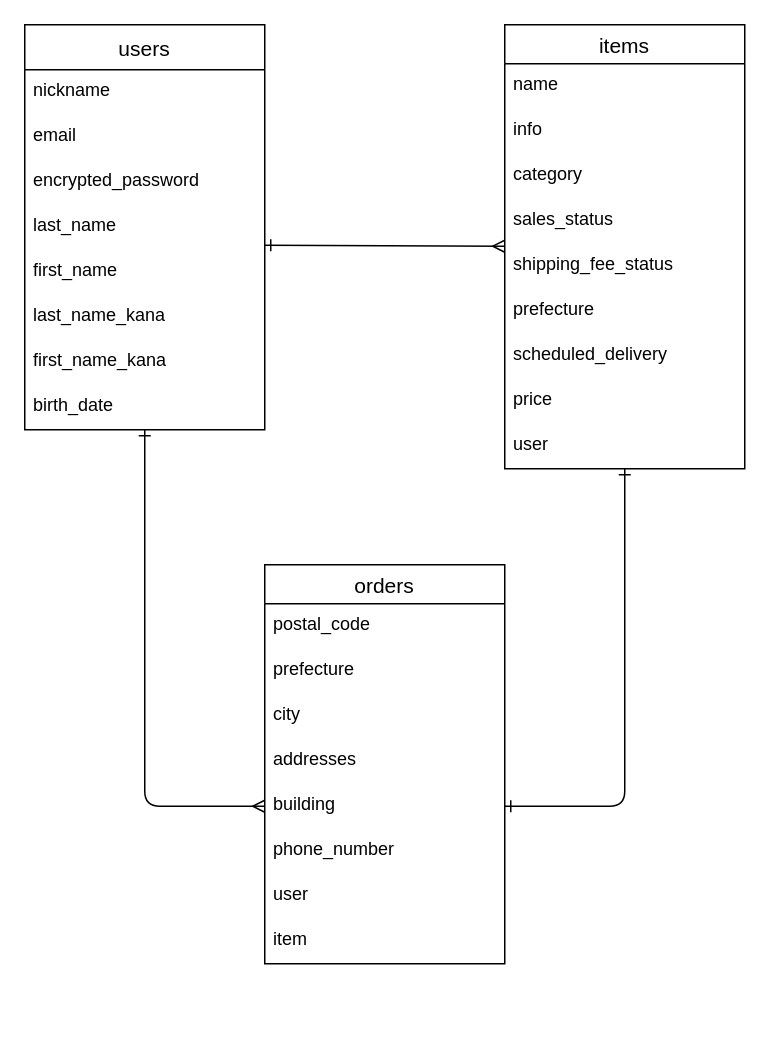
This is tables.dio from masaki-engineer/furima-37566, a draw.io file, before an edit. Source tidied: cells renumbered, new cells numbered last; positions are measured from the earlier drawing's top-left corner, leaving out a move shared by most shapes. Both pictures are drawn from the tidied source at 150%, with x=0, y=0 at pixel (24, 24).
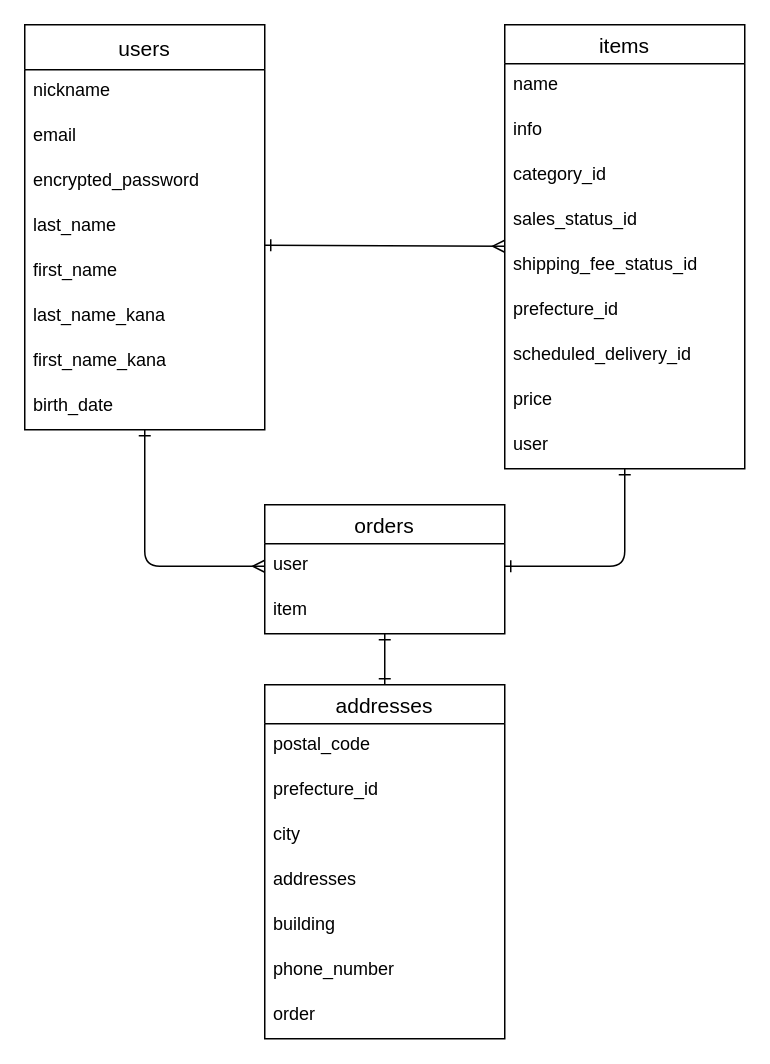
Above is the later version.

Commit message (it also covers changes not shown here):
ER図、READEMEの修正1

The change refers to these unchanged cells:
```xml
<mxCell id="3" value="users" style="swimlane;fontStyle=0;horizontal=1;startSize=30;align=center;fontSize=14;" parent="1" vertex="1">
  <mxGeometry width="160" height="270" as="geometry" />
</mxCell>
<mxCell id="14" value="items" style="swimlane;fontStyle=0;horizontal=1;startSize=26;align=center;fontSize=14;" parent="1" vertex="1">
  <mxGeometry x="320" width="160" height="296" as="geometry" />
</mxCell>
```

Diff of the diagram source:
```diff
@@
-    <mxCell id="2" style="edgeStyle=none;html=1;entryX=0;entryY=0.5;entryDx=0;entryDy=0;startArrow=ERone;startFill=0;endArrow=ERmany;endFill=0;" parent="1" edge="1" source="3" target="29">
+    <mxCell id="2" style="edgeStyle=none;html=1;entryX=0;entryY=0.5;entryDx=0;entryDy=0;startArrow=ERone;startFill=0;endArrow=ERmany;endFill=0;" parent="1" edge="1" source="3" target="31">
       <mxGeometry relative="1" as="geometry">
         <Array as="points">
-          <mxPoint x="80" y="521" />
+          <mxPoint x="80" y="361" />
         </Array>
       </mxGeometry>
     </mxCell>
@@
-    <mxCell id="13" style="edgeStyle=none;html=1;startArrow=ERone;startFill=0;endArrow=ERone;endFill=0;" parent="1" edge="1" source="14">
+    <mxCell id="13" style="edgeStyle=none;html=1;startArrow=ERone;startFill=0;endArrow=ERone;endFill=0;entryX=1;entryY=0.5;entryDx=0;entryDy=0;" parent="1" edge="1" source="14" target="31">
       <mxGeometry relative="1" as="geometry">
-        <mxPoint x="320" y="521" as="targetPoint" />
         <Array as="points">
-          <mxPoint x="400" y="521" />
+          <mxPoint x="400" y="361" />
         </Array>
       </mxGeometry>
     </mxCell>
@@
-    <mxCell id="17" value="category" style="text;strokeColor=none;fillColor=none;spacingLeft=4;spacingRight=4;overflow=hidden;fontSize=12;" parent="14" vertex="1">
+    <mxCell id="17" value="category_id" style="text;strokeColor=none;fillColor=none;spacingLeft=4;spacingRight=4;overflow=hidden;fontSize=12;" parent="14" vertex="1">
       <mxGeometry y="86" width="160" height="30" as="geometry" />
     </mxCell>
-    <mxCell id="18" value="sales_status" style="text;strokeColor=none;fillColor=none;spacingLeft=4;spacingRight=4;overflow=hidden;fontSize=12;" parent="14" vertex="1">
+    <mxCell id="18" value="sales_status_id" style="text;strokeColor=none;fillColor=none;spacingLeft=4;spacingRight=4;overflow=hidden;fontSize=12;" parent="14" vertex="1">
       <mxGeometry y="116" width="160" height="30" as="geometry" />
     </mxCell>
-    <mxCell id="19" value="shipping_fee_status" style="text;strokeColor=none;fillColor=none;spacingLeft=4;spacingRight=4;overflow=hidden;fontSize=12;" parent="14" vertex="1">
+    <mxCell id="19" value="shipping_fee_status_id" style="text;strokeColor=none;fillColor=none;spacingLeft=4;spacingRight=4;overflow=hidden;fontSize=12;" parent="14" vertex="1">
       <mxGeometry y="146" width="160" height="30" as="geometry" />
     </mxCell>
-    <mxCell id="20" value="prefecture" style="text;strokeColor=none;fillColor=none;spacingLeft=4;spacingRight=4;overflow=hidden;fontSize=12;" parent="14" vertex="1">
+    <mxCell id="20" value="prefecture_id" style="text;strokeColor=none;fillColor=none;spacingLeft=4;spacingRight=4;overflow=hidden;fontSize=12;" parent="14" vertex="1">
       <mxGeometry y="176" width="160" height="30" as="geometry" />
     </mxCell>
-    <mxCell id="21" value="scheduled_delivery" style="text;strokeColor=none;fillColor=none;spacingLeft=4;spacingRight=4;overflow=hidden;fontSize=12;" parent="14" vertex="1">
+    <mxCell id="21" value="scheduled_delivery_id" style="text;strokeColor=none;fillColor=none;spacingLeft=4;spacingRight=4;overflow=hidden;fontSize=12;" parent="14" vertex="1">
       <mxGeometry y="206" width="160" height="30" as="geometry" />
     </mxCell>
@@
+    <mxCell id="33" style="edgeStyle=none;html=1;entryX=0.5;entryY=0;entryDx=0;entryDy=0;startArrow=ERone;startFill=0;endArrow=ERone;endFill=0;" parent="1" edge="1" source="24" target="34">
+      <mxGeometry relative="1" as="geometry" />
+    </mxCell>
     <mxCell id="24" value="orders" style="swimlane;fontStyle=0;horizontal=1;startSize=26;align=center;fontSize=14;" parent="1" vertex="1">
-      <mxGeometry x="160" y="360" width="160" height="266" as="geometry" />
+      <mxGeometry x="160" y="320" width="160" height="86" as="geometry" />
     </mxCell>
+    <mxCell id="31" value="user" style="text;strokeColor=none;fillColor=none;spacingLeft=4;spacingRight=4;overflow=hidden;points=[[0,0.5],[1,0.5]];portConstraint=eastwest;fontSize=12;" parent="24" vertex="1">
+      <mxGeometry y="26" width="160" height="30" as="geometry" />
+    </mxCell>
+    <mxCell id="32" value="item" style="text;strokeColor=none;fillColor=none;spacingLeft=4;spacingRight=4;overflow=hidden;fontSize=12;" parent="24" vertex="1">
+      <mxGeometry y="56" width="160" height="30" as="geometry" />
+    </mxCell>
+    <mxCell id="34" value="addresses" style="swimlane;fontStyle=0;horizontal=1;startSize=26;align=center;fontSize=14;" parent="1" vertex="1">
+      <mxGeometry x="160" y="440" width="160" height="236" as="geometry" />
+    </mxCell>
-    <mxCell id="25" value="postal_code" style="text;strokeColor=none;fillColor=none;spacingLeft=4;spacingRight=4;overflow=hidden;fontSize=12;" parent="24" vertex="1">
+    <mxCell id="25" value="postal_code" style="text;strokeColor=none;fillColor=none;spacingLeft=4;spacingRight=4;overflow=hidden;fontSize=12;" parent="34" vertex="1">
       <mxGeometry y="26" width="160" height="30" as="geometry" />
     </mxCell>
-    <mxCell id="26" value="prefecture" style="text;strokeColor=none;fillColor=none;spacingLeft=4;spacingRight=4;overflow=hidden;fontSize=12;" parent="24" vertex="1">
-      <mxGeometry y="56" width="160" height="30" as="geometry" />
-    </mxCell>
+    <mxCell id="35" value="prefecture_id" style="text;strokeColor=none;fillColor=none;spacingLeft=4;spacingRight=4;overflow=hidden;fontSize=12;" parent="34" vertex="1">
+      <mxGeometry y="56" width="160" height="30" as="geometry" />
+    </mxCell>
-    <mxCell id="27" value="city" style="text;strokeColor=none;fillColor=none;spacingLeft=4;spacingRight=4;overflow=hidden;fontSize=12;" parent="24" vertex="1">
+    <mxCell id="27" value="city" style="text;strokeColor=none;fillColor=none;spacingLeft=4;spacingRight=4;overflow=hidden;fontSize=12;" parent="34" vertex="1">
       <mxGeometry y="86" width="160" height="30" as="geometry" />
     </mxCell>
-    <mxCell id="28" value="addresses" style="text;strokeColor=none;fillColor=none;spacingLeft=4;spacingRight=4;overflow=hidden;fontSize=12;" parent="24" vertex="1">
+    <mxCell id="28" value="addresses" style="text;strokeColor=none;fillColor=none;spacingLeft=4;spacingRight=4;overflow=hidden;fontSize=12;" parent="34" vertex="1">
       <mxGeometry y="116" width="160" height="30" as="geometry" />
     </mxCell>
-    <mxCell id="29" value="building" style="text;strokeColor=none;fillColor=none;spacingLeft=4;spacingRight=4;overflow=hidden;points=[[0,0.5],[1,0.5]];portConstraint=eastwest;fontSize=12;" parent="24" vertex="1">
+    <mxCell id="29" value="building" style="text;strokeColor=none;fillColor=none;spacingLeft=4;spacingRight=4;overflow=hidden;points=[[0,0.5],[1,0.5]];portConstraint=eastwest;fontSize=12;" parent="34" vertex="1">
       <mxGeometry y="146" width="160" height="30" as="geometry" />
     </mxCell>
-    <mxCell id="30" value="phone_number" style="text;strokeColor=none;fillColor=none;spacingLeft=4;spacingRight=4;overflow=hidden;fontSize=12;" parent="24" vertex="1">
+    <mxCell id="30" value="phone_number" style="text;strokeColor=none;fillColor=none;spacingLeft=4;spacingRight=4;overflow=hidden;fontSize=12;" parent="34" vertex="1">
       <mxGeometry y="176" width="160" height="30" as="geometry" />
     </mxCell>
-    <mxCell id="31" value="user" style="text;strokeColor=none;fillColor=none;spacingLeft=4;spacingRight=4;overflow=hidden;points=[[0,0.5],[1,0.5]];portConstraint=eastwest;fontSize=12;" parent="24" vertex="1">
-      <mxGeometry y="206" width="160" height="30" as="geometry" />
-    </mxCell>
-    <mxCell id="32" value="item" style="text;strokeColor=none;fillColor=none;spacingLeft=4;spacingRight=4;overflow=hidden;fontSize=12;" parent="24" vertex="1">
-      <mxGeometry y="236" width="160" height="30" as="geometry" />
-    </mxCell>
+    <mxCell id="36" value="order" style="text;strokeColor=none;fillColor=none;spacingLeft=4;spacingRight=4;overflow=hidden;fontSize=12;" parent="34" vertex="1">
+      <mxGeometry y="206" width="160" height="30" as="geometry" />
+    </mxCell>
```
